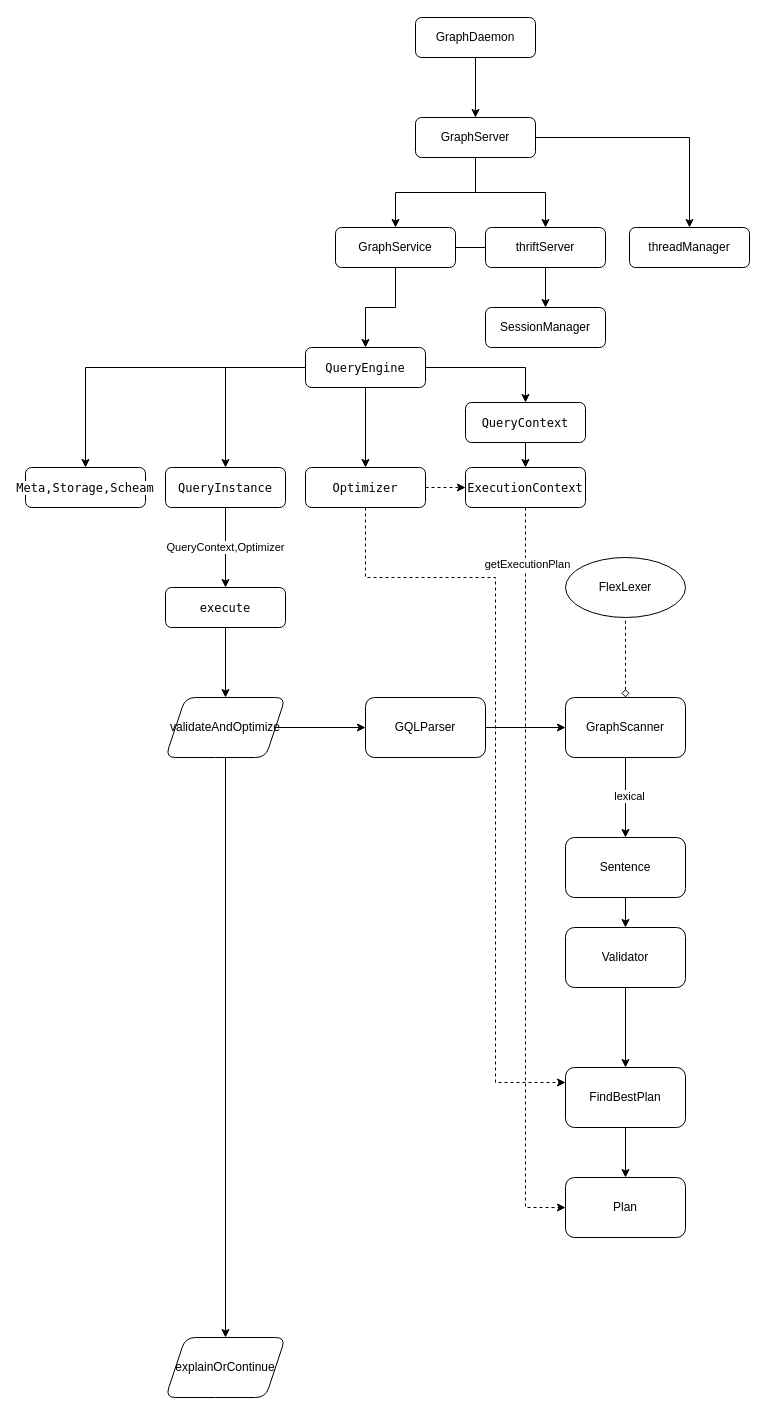
Above: NebulaGraphQueryFlow.drawio in mizy/mizy (draw.io), before the change. Source tidied: cells renumbered, new cells numbered last; positions are measured from the earlier drawing's top-left corner, leaving out a move shared by most shapes. Both pictures are drawn from the tidied source at 100%, with x=0, y=0 at pixel (25, 17).
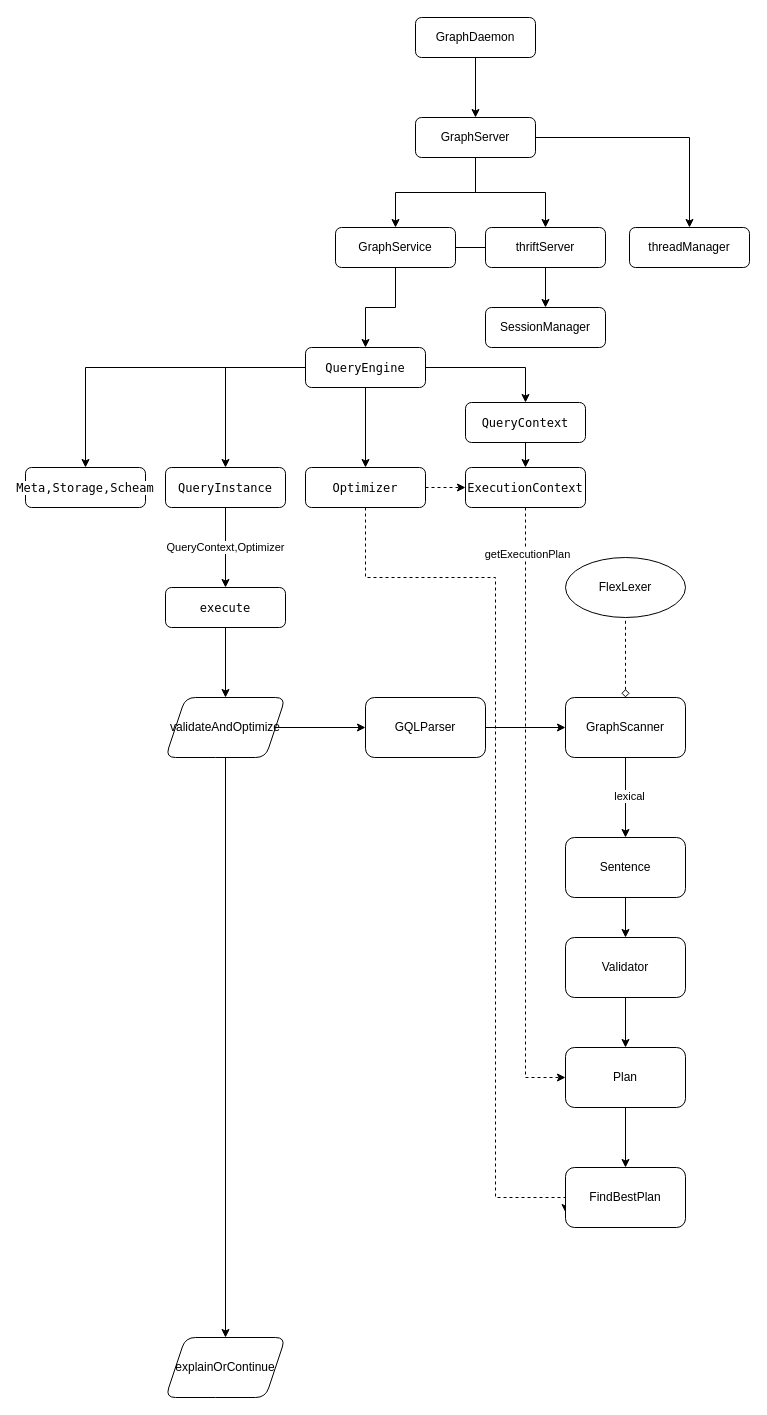
The same page after the edit.

Unchanged cells that the change refers to:
```xml
<mxCell id="21" value="&lt;div style=&quot;font-family: &amp;#34;menlo&amp;#34; , &amp;#34;monaco&amp;#34; , &amp;#34;courier new&amp;#34; , monospace ; line-height: 18px&quot;&gt;&lt;span style=&quot;background-color: rgb(255 , 255 , 255)&quot;&gt;Optimizer&lt;/span&gt;&lt;/div&gt;" style="rounded=1;whiteSpace=wrap;html=1;fontSize=12;glass=0;strokeWidth=1;shadow=0;" parent="1" vertex="1">
  <mxGeometry x="280" y="450" width="120" height="40" as="geometry" />
</mxCell>
```

The edit, as a diff of the source:
```diff
@@
-    <mxCell id="19" style="edgeStyle=orthogonalEdgeStyle;rounded=0;jettySize=auto;html=1;fontColor=#000000;startArrow=none;startFill=0;endArrow=classic;endFill=1;entryX=0;entryY=0.25;entryDx=0;entryDy=0;dashed=1;" parent="1" edge="1" source="21" target="45">
+    <mxCell id="19" style="edgeStyle=orthogonalEdgeStyle;rounded=0;jettySize=auto;html=1;fontColor=#000000;startArrow=none;startFill=0;endArrow=classic;endFill=1;dashed=1;entryX=0;entryY=0.75;entryDx=0;entryDy=0;" parent="1" edge="1" source="21" target="45">
       <mxGeometry relative="1" as="geometry">
         <Array as="points">
           <mxPoint x="340" y="560" />
           <mxPoint x="470" y="560" />
-          <mxPoint x="470" y="1065" />
+          <mxPoint x="470" y="1180" />
+          <mxPoint x="540" y="1180" />
         </Array>
       </mxGeometry>
     </mxCell>
@@
-    <mxCell id="40" style="edgeStyle=orthogonalEdgeStyle;rounded=0;jettySize=auto;html=1;fontColor=#000000;startArrow=none;startFill=0;endArrow=classic;endFill=1;" parent="1" edge="1" source="41" target="45">
-      <mxGeometry relative="1" as="geometry" />
-    </mxCell>
+    <mxCell id="50" style="edgeStyle=orthogonalEdgeStyle;rounded=0;jettySize=auto;html=1;exitX=0.5;exitY=1;exitDx=0;exitDy=0;" parent="1" edge="1" source="41" target="46">
+      <mxGeometry relative="1" as="geometry" />
+    </mxCell>
     <mxCell id="41" value="Validator" style="whiteSpace=wrap;html=1;rounded=1;glass=0;strokeWidth=1;shadow=0;" parent="1" vertex="1">
-      <mxGeometry x="540" y="910" width="120" height="60" as="geometry" />
+      <mxGeometry x="540" y="920" width="120" height="60" as="geometry" />
     </mxCell>
@@
-    <mxCell id="44" style="edgeStyle=orthogonalEdgeStyle;rounded=0;jettySize=auto;html=1;fontColor=#000000;startArrow=none;startFill=0;endArrow=classic;endFill=1;" parent="1" edge="1" source="45" target="46">
-      <mxGeometry relative="1" as="geometry" />
-    </mxCell>
     <mxCell id="45" value="FindBestPlan" style="whiteSpace=wrap;html=1;rounded=1;glass=0;strokeWidth=1;shadow=0;" parent="1" vertex="1">
-      <mxGeometry x="540" y="1050" width="120" height="60" as="geometry" />
+      <mxGeometry x="540" y="1150" width="120" height="60" as="geometry" />
     </mxCell>
+    <mxCell id="51" style="edgeStyle=orthogonalEdgeStyle;rounded=0;jettySize=auto;html=1;exitX=0.5;exitY=1;exitDx=0;exitDy=0;" parent="1" edge="1" source="46" target="45">
+      <mxGeometry relative="1" as="geometry" />
+    </mxCell>
     <mxCell id="46" value="Plan" style="whiteSpace=wrap;html=1;rounded=1;glass=0;strokeWidth=1;shadow=0;" parent="1" vertex="1">
-      <mxGeometry x="540" y="1160" width="120" height="60" as="geometry" />
+      <mxGeometry x="540" y="1030" width="120" height="60" as="geometry" />
     </mxCell>
```
